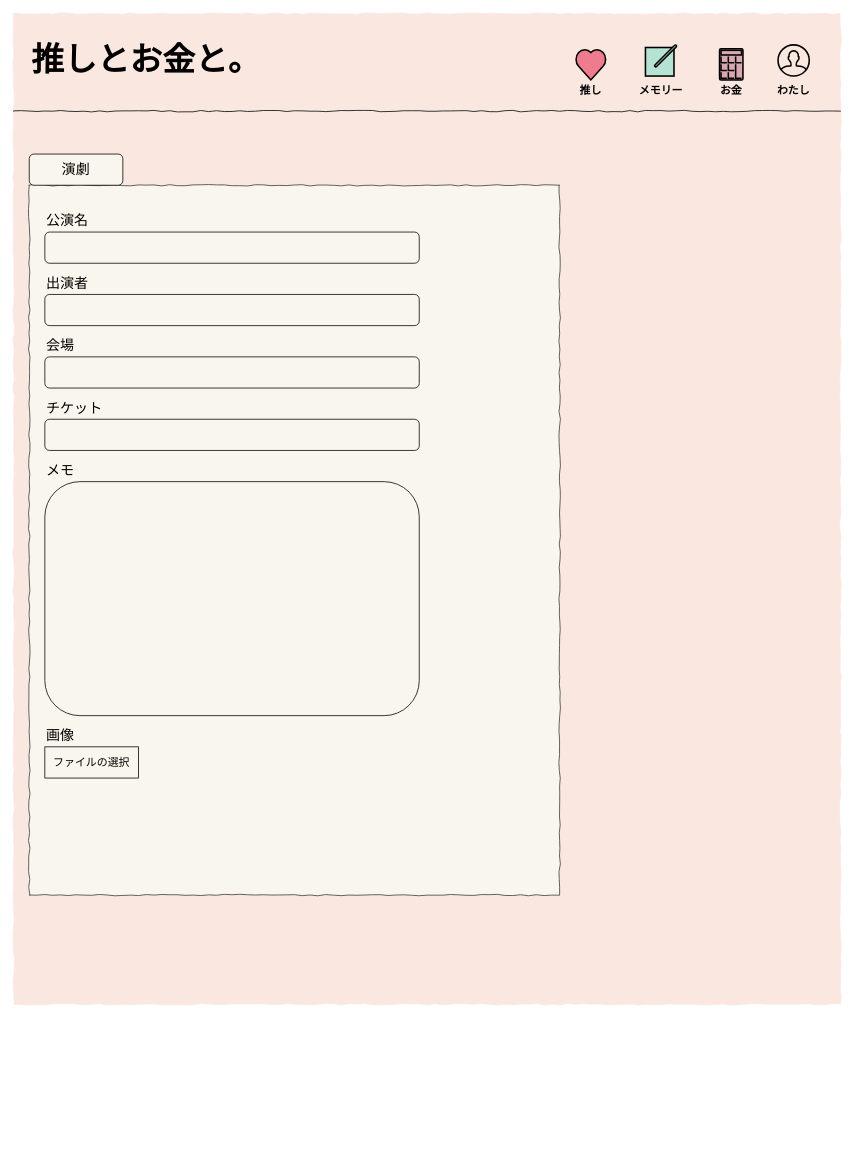
The draw.io diagram page "投稿(演劇)" (4 of 5) of Untitled Diagram.drawio in yuko-miyamoto/Laravel_10, before the edit. Source tidied: cells renumbered, new cells numbered last; positions are measured from the earlier drawing's top-left corner, leaving out a move shared by most shapes. Both pictures are drawn from the tidied source at 78%, with x=0, y=0 at pixel (13, 13). Pictures stored in the file or linked from it are replaced by grey dashed boxes.
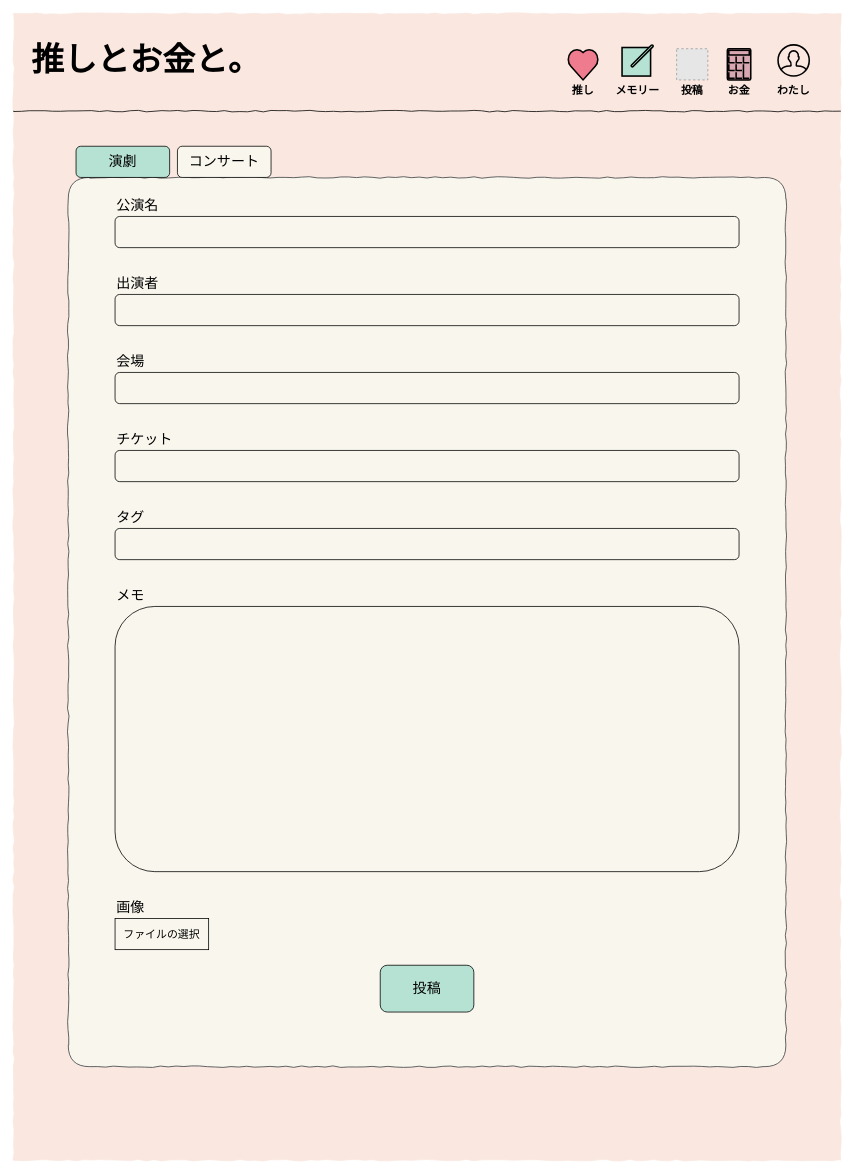
The same diagram, later.

What changed in the source:
```diff
@@
     <mxCell id="2" style="whiteSpace=wrap;html=1;rounded=0;shadow=0;labelBackgroundColor=none;strokeWidth=1;fontFamily=Verdana;fontSize=12;align=center;comic=1;strokeColor=#FAE8E0;fillColor=#FAE8E0;fontColor=#ffffff;" parent="1" vertex="1">
-      <mxGeometry width="1060" height="1270" as="geometry" />
+      <mxGeometry width="1060" height="1470" as="geometry" />
     </mxCell>
-    <mxCell id="3" value="わたし" style="whiteSpace=wrap;html=1;rounded=0;shadow=0;labelBackgroundColor=none;strokeWidth=1;fontFamily=Verdana;fontSize=14;align=center;comic=1;fillColor=none;strokeColor=none;verticalAlign=bottom;fontStyle=1;" parent="1" vertex="1">
-      <mxGeometry x="960" y="20" width="80" height="90" as="geometry" />
-    </mxCell>
-    <mxCell id="4" value="お金" style="whiteSpace=wrap;html=1;rounded=0;shadow=0;labelBackgroundColor=none;strokeWidth=1;fontFamily=Verdana;fontSize=14;align=center;comic=1;fillColor=none;strokeColor=none;verticalAlign=bottom;fontStyle=1;" parent="1" vertex="1">
-      <mxGeometry x="880" y="20" width="80" height="90" as="geometry" />
-    </mxCell>
-    <mxCell id="5" value="メモリー" style="whiteSpace=wrap;html=1;rounded=0;shadow=0;labelBackgroundColor=none;strokeWidth=1;fontFamily=Verdana;fontSize=14;align=center;comic=1;fillColor=none;strokeColor=none;verticalAlign=bottom;fontStyle=1;" parent="1" vertex="1">
-      <mxGeometry x="790" y="20" width="80" height="90" as="geometry" />
-    </mxCell>
-    <mxCell id="6" value="推し" style="whiteSpace=wrap;html=1;rounded=0;shadow=0;labelBackgroundColor=none;strokeWidth=1;fontFamily=Verdana;fontSize=14;align=center;comic=1;fillColor=none;strokeColor=none;verticalAlign=bottom;fontStyle=1;" parent="1" vertex="1">
-      <mxGeometry x="700" y="20" width="80" height="90" as="geometry" />
-    </mxCell>
@@
-    <mxCell id="9" style="html=1;verticalLabelPosition=bottom;align=center;labelBackgroundColor=default;verticalAlign=top;strokeWidth=2;strokeColor=#000000;shadow=0;dashed=0;shape=mxgraph.ios7.icons.edit;rounded=1;fontSize=18;fillColor=#B6E2D3;" parent="1" vertex="1">
-      <mxGeometry x="810" y="40" width="40" height="40" as="geometry" />
-    </mxCell>
-    <mxCell id="10" style="html=1;verticalLabelPosition=bottom;align=center;labelBackgroundColor=#ffffff;verticalAlign=top;strokeWidth=2;strokeColor=#000000;shadow=0;dashed=0;shape=mxgraph.ios7.icons.heart;rounded=1;fontSize=18;fillColor=#EF7C8E;" parent="1" vertex="1">
-      <mxGeometry x="720" y="45" width="40" height="40" as="geometry" />
-    </mxCell>
-    <mxCell id="11" style="html=1;verticalLabelPosition=bottom;align=center;labelBackgroundColor=#ffffff;verticalAlign=top;strokeWidth=2;strokeColor=#000000;shadow=0;dashed=0;shape=mxgraph.ios7.icons.calculator;rounded=0;sketch=0;fontSize=18;fillColor=#D8A7B1;" parent="1" vertex="1">
-      <mxGeometry x="905" y="45" width="30" height="40" as="geometry" />
-    </mxCell>
-    <mxCell id="12" style="html=1;verticalLabelPosition=bottom;align=center;labelBackgroundColor=#ffffff;verticalAlign=top;strokeWidth=2;strokeColor=#000000;shadow=0;dashed=0;shape=mxgraph.ios7.icons.user;rounded=0;sketch=0;fontSize=14;fillColor=none;" parent="1" vertex="1">
-      <mxGeometry x="980" y="40" width="40" height="40" as="geometry" />
-    </mxCell>
-    <mxCell id="13" style="whiteSpace=wrap;html=1;rounded=0;shadow=0;labelBackgroundColor=none;strokeWidth=1;fontFamily=Verdana;fontSize=12;align=center;comic=1;fillColor=#F9F7ED;strokeColor=#36393d;" parent="1" vertex="1">
-      <mxGeometry x="20" y="220" width="680" height="910" as="geometry" />
+    <mxCell id="13" style="whiteSpace=wrap;html=1;rounded=1;shadow=0;labelBackgroundColor=none;strokeWidth=1;fontFamily=Verdana;fontSize=12;align=center;comic=1;fillColor=#F9F7ED;strokeColor=#36393d;arcSize=3;" parent="1" vertex="1">
+      <mxGeometry x="70" y="210" width="920" height="1140" as="geometry" />
     </mxCell>
-    <mxCell id="14" value="演劇" style="rounded=1;whiteSpace=wrap;html=1;shadow=0;glass=0;sketch=0;fontSize=18;fontColor=#000000;strokeColor=#000000;fillColor=#F9F7ED;align=center;verticalAlign=middle;" parent="1" vertex="1">
-      <mxGeometry x="20" y="180" width="120" height="40" as="geometry" />
+    <mxCell id="14" value="演劇" style="rounded=1;whiteSpace=wrap;html=1;shadow=0;glass=0;sketch=0;fontSize=18;fontColor=#000000;strokeColor=#000000;fillColor=#B6E2D3;align=center;verticalAlign=middle;" parent="1" vertex="1">
+      <mxGeometry x="80" y="170" width="120" height="40" as="geometry" />
     </mxCell>
     <mxCell id="15" style="rounded=1;whiteSpace=wrap;html=1;shadow=0;glass=0;sketch=0;fontSize=18;fontColor=#000000;strokeColor=#000000;fillColor=#F9F7ED;align=center;verticalAlign=middle;" parent="1" vertex="1">
-      <mxGeometry x="40" y="280" width="480" height="40" as="geometry" />
+      <mxGeometry x="130" y="260" width="800" height="40" as="geometry" />
     </mxCell>
     <mxCell id="16" value="公演名" style="text;strokeColor=none;fillColor=none;html=1;fontSize=18;fontStyle=0;verticalAlign=bottom;align=left;rounded=0;shadow=0;glass=0;sketch=0;fontColor=#000000;" parent="1" vertex="1">
-      <mxGeometry x="40" y="240" width="100" height="40" as="geometry" />
+      <mxGeometry x="130" y="220" width="100" height="40" as="geometry" />
     </mxCell>
     <mxCell id="17" style="rounded=1;whiteSpace=wrap;html=1;shadow=0;glass=0;sketch=0;fontSize=18;fontColor=#000000;strokeColor=#000000;fillColor=#F9F7ED;align=center;verticalAlign=middle;" parent="1" vertex="1">
-      <mxGeometry x="40" y="360" width="480" height="40" as="geometry" />
+      <mxGeometry x="130" y="360" width="800" height="40" as="geometry" />
     </mxCell>
     <mxCell id="18" value="出演者" style="text;strokeColor=none;fillColor=none;html=1;fontSize=18;fontStyle=0;verticalAlign=bottom;align=left;rounded=0;shadow=0;glass=0;sketch=0;fontColor=#000000;" parent="1" vertex="1">
-      <mxGeometry x="40" y="320" width="100" height="40" as="geometry" />
+      <mxGeometry x="130" y="320" width="100" height="40" as="geometry" />
     </mxCell>
     <mxCell id="19" style="rounded=1;whiteSpace=wrap;html=1;shadow=0;glass=0;sketch=0;fontSize=18;fontColor=#000000;strokeColor=#000000;fillColor=#F9F7ED;align=center;verticalAlign=middle;" parent="1" vertex="1">
-      <mxGeometry x="40" y="440" width="480" height="40" as="geometry" />
+      <mxGeometry x="130" y="460" width="800" height="40" as="geometry" />
     </mxCell>
     <mxCell id="20" value="会場" style="text;strokeColor=none;fillColor=none;html=1;fontSize=18;fontStyle=0;verticalAlign=bottom;align=left;rounded=0;shadow=0;glass=0;sketch=0;fontColor=#000000;" parent="1" vertex="1">
-      <mxGeometry x="40" y="400" width="100" height="40" as="geometry" />
+      <mxGeometry x="130" y="420" width="100" height="40" as="geometry" />
     </mxCell>
     <mxCell id="21" style="rounded=1;whiteSpace=wrap;html=1;shadow=0;glass=0;sketch=0;fontSize=18;fontColor=#000000;strokeColor=#000000;fillColor=#F9F7ED;align=center;verticalAlign=middle;" parent="1" vertex="1">
-      <mxGeometry x="40" y="520" width="480" height="40" as="geometry" />
+      <mxGeometry x="130" y="560" width="800" height="40" as="geometry" />
     </mxCell>
     <mxCell id="22" value="チケット" style="text;strokeColor=none;fillColor=none;html=1;fontSize=18;fontStyle=0;verticalAlign=bottom;align=left;rounded=0;shadow=0;glass=0;sketch=0;fontColor=#000000;" parent="1" vertex="1">
-      <mxGeometry x="40" y="480" width="100" height="40" as="geometry" />
+      <mxGeometry x="130" y="520" width="100" height="40" as="geometry" />
     </mxCell>
     <mxCell id="23" style="rounded=1;whiteSpace=wrap;html=1;shadow=0;glass=0;sketch=0;fontSize=18;fontColor=#000000;strokeColor=#000000;fillColor=#F9F7ED;align=center;verticalAlign=middle;" parent="1" vertex="1">
-      <mxGeometry x="40" y="600" width="480" height="300" as="geometry" />
+      <mxGeometry x="130" y="760" width="800" height="340" as="geometry" />
     </mxCell>
     <mxCell id="24" value="メモ" style="text;strokeColor=none;fillColor=none;html=1;fontSize=18;fontStyle=0;verticalAlign=bottom;align=left;rounded=0;shadow=0;glass=0;sketch=0;fontColor=#000000;" parent="1" vertex="1">
-      <mxGeometry x="40" y="560" width="100" height="40" as="geometry" />
+      <mxGeometry x="130" y="720" width="100" height="40" as="geometry" />
     </mxCell>
     <mxCell id="25" value="ファイルの選択" style="rounded=0;whiteSpace=wrap;html=1;shadow=0;glass=0;sketch=0;fontSize=14;fontColor=#000000;strokeColor=#000000;fillColor=#F9F7ED;align=center;verticalAlign=middle;" parent="1" vertex="1">
-      <mxGeometry x="40" y="940" width="120" height="40" as="geometry" />
+      <mxGeometry x="130" y="1160" width="120" height="40" as="geometry" />
     </mxCell>
     <mxCell id="26" value="画像" style="text;strokeColor=none;fillColor=none;html=1;fontSize=18;fontStyle=0;verticalAlign=bottom;align=left;rounded=0;shadow=0;glass=0;sketch=0;fontColor=#000000;" parent="1" vertex="1">
-      <mxGeometry x="40" y="900" width="100" height="40" as="geometry" />
+      <mxGeometry x="130" y="1120" width="100" height="40" as="geometry" />
     </mxCell>
+    <mxCell id="27" value="投稿" style="whiteSpace=wrap;html=1;rounded=0;shadow=0;labelBackgroundColor=none;strokeWidth=1;fontFamily=Verdana;fontSize=14;align=center;comic=1;fillColor=none;strokeColor=none;verticalAlign=bottom;fontStyle=1;" parent="1" vertex="1">
+      <mxGeometry x="830" y="20" width="80" height="90" as="geometry" />
+    </mxCell>
+    <mxCell id="3" value="わたし" style="whiteSpace=wrap;html=1;rounded=0;shadow=0;labelBackgroundColor=none;strokeWidth=1;fontFamily=Verdana;fontSize=14;align=center;comic=1;fillColor=none;strokeColor=none;verticalAlign=bottom;fontStyle=1;" parent="1" vertex="1">
+      <mxGeometry x="960" y="20" width="80" height="90" as="geometry" />
+    </mxCell>
+    <mxCell id="4" value="お金" style="whiteSpace=wrap;html=1;rounded=0;shadow=0;labelBackgroundColor=none;strokeWidth=1;fontFamily=Verdana;fontSize=14;align=center;comic=1;fillColor=none;strokeColor=none;verticalAlign=bottom;fontStyle=1;" parent="1" vertex="1">
+      <mxGeometry x="890" y="20" width="80" height="90" as="geometry" />
+    </mxCell>
+    <mxCell id="5" value="メモリー" style="whiteSpace=wrap;html=1;rounded=0;shadow=0;labelBackgroundColor=none;strokeWidth=1;fontFamily=Verdana;fontSize=14;align=center;comic=1;fillColor=none;strokeColor=none;verticalAlign=bottom;fontStyle=1;" parent="1" vertex="1">
+      <mxGeometry x="760" y="20" width="80" height="90" as="geometry" />
+    </mxCell>
+    <mxCell id="28" style="html=1;verticalLabelPosition=bottom;align=center;labelBackgroundColor=default;verticalAlign=top;strokeWidth=2;strokeColor=#000000;shadow=0;dashed=0;shape=mxgraph.ios7.icons.edit;rounded=1;fontSize=18;fillColor=#B6E2D3;" parent="1" vertex="1">
+      <mxGeometry x="780" y="40" width="40" height="40" as="geometry" />
+    </mxCell>
+    <mxCell id="29" style="html=1;verticalLabelPosition=bottom;align=center;labelBackgroundColor=#ffffff;verticalAlign=top;strokeWidth=2;strokeColor=#000000;shadow=0;dashed=0;shape=mxgraph.ios7.icons.heart;rounded=1;fontSize=18;fillColor=#EF7C8E;" parent="1" vertex="1">
+      <mxGeometry x="710" y="45" width="40" height="40" as="geometry" />
+    </mxCell>
+    <mxCell id="30" style="html=1;verticalLabelPosition=bottom;align=center;labelBackgroundColor=#ffffff;verticalAlign=top;strokeWidth=2;strokeColor=#000000;shadow=0;dashed=0;shape=mxgraph.ios7.icons.calculator;rounded=0;sketch=0;fontSize=18;fillColor=#D8A7B1;" parent="1" vertex="1">
+      <mxGeometry x="915" y="45" width="30" height="40" as="geometry" />
+    </mxCell>
+    <mxCell id="12" style="html=1;verticalLabelPosition=bottom;align=center;labelBackgroundColor=#ffffff;verticalAlign=top;strokeWidth=2;strokeColor=#000000;shadow=0;dashed=0;shape=mxgraph.ios7.icons.user;rounded=0;sketch=0;fontSize=14;fillColor=none;" parent="1" vertex="1">
+      <mxGeometry x="980" y="40" width="40" height="40" as="geometry" />
+    </mxCell>
+    <mxCell id="31" style="fillColor=#E6E6E6;strokeColor=#999999;dashed=1;html=1;verticalAlign=top;verticalLabelPosition=bottom;labelBackgroundColor=#ffffff;fontSize=14;fontColor=#000000;" parent="1" vertex="1">
+      <mxGeometry x="850" y="45" width="40" height="40" as="geometry" />
+    </mxCell>
+    <mxCell id="6" value="推し" style="whiteSpace=wrap;html=1;rounded=0;shadow=0;labelBackgroundColor=none;strokeWidth=1;fontFamily=Verdana;fontSize=14;align=center;comic=1;fillColor=none;strokeColor=none;verticalAlign=bottom;fontStyle=1;" parent="1" vertex="1">
+      <mxGeometry x="690" y="20" width="80" height="90" as="geometry" />
+    </mxCell>
+    <mxCell id="32" value="コンサート" style="rounded=1;whiteSpace=wrap;html=1;shadow=0;glass=0;sketch=0;fontSize=18;fontColor=#000000;strokeColor=#000000;fillColor=#F9F7ED;align=center;verticalAlign=middle;" parent="1" vertex="1">
+      <mxGeometry x="210" y="170" width="120" height="40" as="geometry" />
+    </mxCell>
+    <mxCell id="33" style="rounded=1;whiteSpace=wrap;html=1;shadow=0;glass=0;sketch=0;fontSize=18;fontColor=#000000;strokeColor=#000000;fillColor=#F9F7ED;align=center;verticalAlign=middle;" parent="1" vertex="1">
+      <mxGeometry x="130" y="660" width="800" height="40" as="geometry" />
+    </mxCell>
+    <mxCell id="34" value="タグ" style="text;strokeColor=none;fillColor=none;html=1;fontSize=18;fontStyle=0;verticalAlign=bottom;align=left;rounded=0;shadow=0;glass=0;sketch=0;fontColor=#000000;" parent="1" vertex="1">
+      <mxGeometry x="130" y="620" width="100" height="40" as="geometry" />
+    </mxCell>
+    <mxCell id="35" value="投稿" style="rounded=1;whiteSpace=wrap;html=1;shadow=0;glass=0;sketch=0;fontSize=18;fontColor=#000000;strokeColor=#000000;fillColor=#B6E2D3;align=center;verticalAlign=middle;" parent="1" vertex="1">
+      <mxGeometry x="470" y="1220" width="120" height="60" as="geometry" />
+    </mxCell>
```
